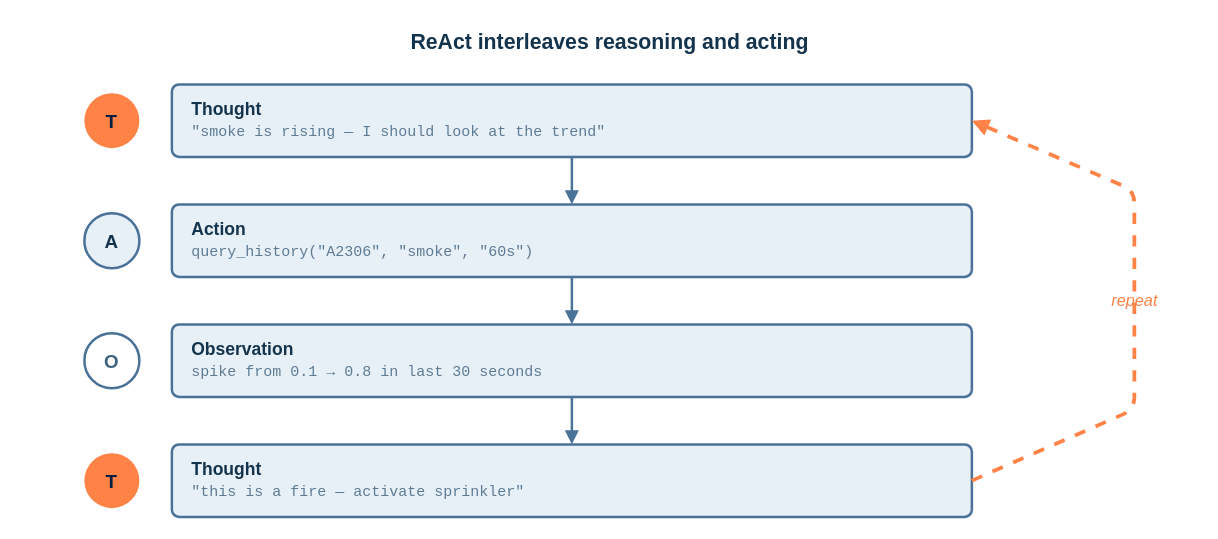
eislab-cps/D7065E keeps this draw.io diagram as course-notes/diagrams/course-notes4-fig04.drawio. Above is the earlier version. Source tidied: cells renumbered, new cells numbered last; positions are measured from the earlier drawing's top-left corner, leaving out a move shared by most shapes. Both pictures are drawn from the tidied source at 125%, with x=0, y=0 at pixel (21, 21).
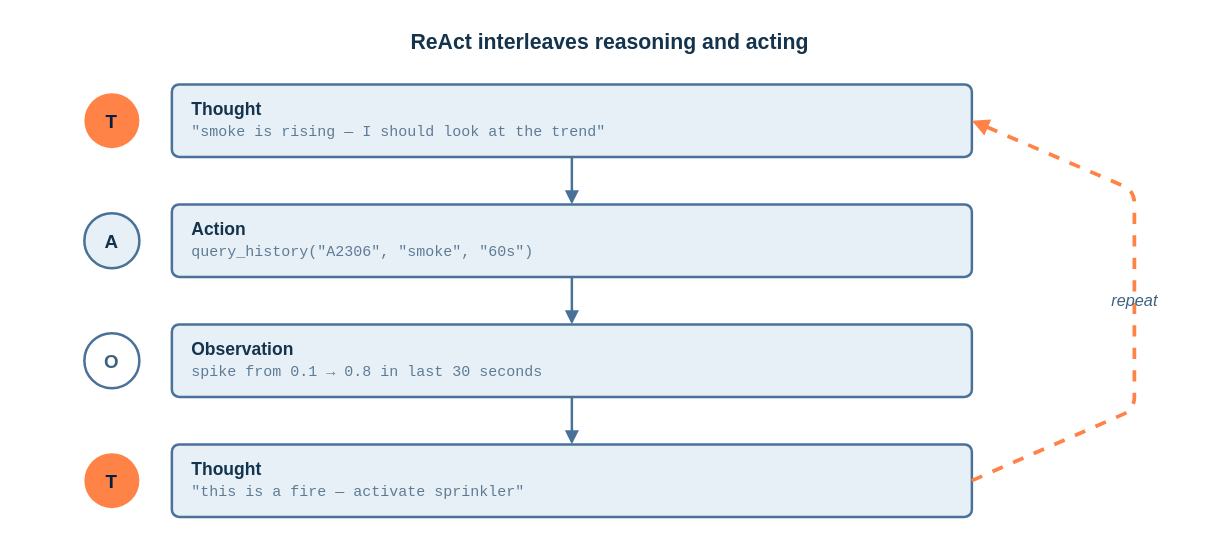
Above is the later version.

Diff of the diagram source:
```diff
@@
 <mxGraphModel background="#FFFFFF">
   <root>
     <mxCell id="0" />
     <mxCell id="1" parent="0" />
     <mxCell id="2" value="ReAct interleaves reasoning and acting" style="text;html=1;align=center;fontColor=#14334D;fontSize=17;fontStyle=1;fontFamily=Helvetica;" parent="1" vertex="1">
       <mxGeometry width="940" height="30" as="geometry" />
     </mxCell>
     <mxCell id="3" value="T" style="ellipse;whiteSpace=wrap;html=1;fillColor=#FF8247;strokeColor=none;fontColor=#032040;fontStyle=1;fontFamily=Helvetica;fontSize=15;" parent="1" vertex="1">
       <mxGeometry x="50" y="57" width="44" height="44" as="geometry" />
     </mxCell>
     <mxCell id="4" value="&lt;b&gt;Thought&lt;/b&gt;&#10;&lt;font color=&quot;#5E7B94&quot; face=&quot;Courier New&quot; style=&quot;font-size:12px&quot;&gt;&quot;smoke is rising — I should look at the trend&quot;&lt;/font&gt;" style="rounded=1;whiteSpace=wrap;html=1;fillColor=#E8F0F7;strokeColor=#4A7298;strokeWidth=2;fontColor=#14334D;fontFamily=Helvetica;arcSize=10;fontSize=14;align=left;spacingLeft=14;" parent="1" vertex="1">
       <mxGeometry x="120" y="50" width="640" height="58" as="geometry" />
     </mxCell>
     <mxCell id="5" value="A" style="ellipse;whiteSpace=wrap;html=1;fillColor=#E8F0F7;strokeColor=#4A7298;strokeWidth=2;fontColor=#14334D;fontStyle=1;fontFamily=Helvetica;fontSize=15;" parent="1" vertex="1">
       <mxGeometry x="50" y="153" width="44" height="44" as="geometry" />
     </mxCell>
     <mxCell id="6" value="&lt;b&gt;Action&lt;/b&gt;&#10;&lt;font color=&quot;#5E7B94&quot; face=&quot;Courier New&quot; style=&quot;font-size:12px&quot;&gt;query_history(&quot;A2306&quot;, &quot;smoke&quot;, &quot;60s&quot;)&lt;/font&gt;" style="rounded=1;whiteSpace=wrap;html=1;fillColor=#E8F0F7;strokeColor=#4A7298;strokeWidth=2;fontColor=#14334D;fontFamily=Helvetica;arcSize=10;fontSize=14;align=left;spacingLeft=14;" parent="1" vertex="1">
       <mxGeometry x="120" y="146" width="640" height="58" as="geometry" />
     </mxCell>
     <mxCell id="7" value="O" style="ellipse;whiteSpace=wrap;html=1;fillColor=none;strokeColor=#4A7298;strokeWidth=2;fontColor=#3D6280;fontStyle=1;fontFamily=Helvetica;fontSize=15;" parent="1" vertex="1">
       <mxGeometry x="50" y="249" width="44" height="44" as="geometry" />
     </mxCell>
     <mxCell id="8" value="&lt;b&gt;Observation&lt;/b&gt;&#10;&lt;font color=&quot;#5E7B94&quot; face=&quot;Courier New&quot; style=&quot;font-size:12px&quot;&gt;spike from 0.1 → 0.8 in last 30 seconds&lt;/font&gt;" style="rounded=1;whiteSpace=wrap;html=1;fillColor=#E8F0F7;strokeColor=#4A7298;strokeWidth=2;fontColor=#14334D;fontFamily=Helvetica;arcSize=10;fontSize=14;align=left;spacingLeft=14;" parent="1" vertex="1">
       <mxGeometry x="120" y="242" width="640" height="58" as="geometry" />
     </mxCell>
     <mxCell id="9" value="T" style="ellipse;whiteSpace=wrap;html=1;fillColor=#FF8247;strokeColor=none;fontColor=#032040;fontStyle=1;fontFamily=Helvetica;fontSize=15;" parent="1" vertex="1">
       <mxGeometry x="50" y="345" width="44" height="44" as="geometry" />
     </mxCell>
     <mxCell id="10" value="&lt;b&gt;Thought&lt;/b&gt;&#10;&lt;font color=&quot;#5E7B94&quot; face=&quot;Courier New&quot; style=&quot;font-size:12px&quot;&gt;&quot;this is a fire — activate sprinkler&quot;&lt;/font&gt;" style="rounded=1;whiteSpace=wrap;html=1;fillColor=#E8F0F7;strokeColor=#4A7298;strokeWidth=2;fontColor=#14334D;fontFamily=Helvetica;arcSize=10;fontSize=14;align=left;spacingLeft=14;" parent="1" vertex="1">
       <mxGeometry x="120" y="338" width="640" height="58" as="geometry" />
     </mxCell>
     <mxCell id="11" style="endArrow=block;html=1;strokeColor=#4A7298;strokeWidth=2;exitX=0.5;exitY=1;entryX=0.5;entryY=0;" parent="1" edge="1" source="4" target="6">
       <mxGeometry relative="1" as="geometry" />
     </mxCell>
     <mxCell id="12" style="endArrow=block;html=1;strokeColor=#4A7298;strokeWidth=2;exitX=0.5;exitY=1;entryX=0.5;entryY=0;" parent="1" edge="1" source="6" target="8">
       <mxGeometry relative="1" as="geometry" />
     </mxCell>
     <mxCell id="13" style="endArrow=block;html=1;strokeColor=#4A7298;strokeWidth=2;exitX=0.5;exitY=1;entryX=0.5;entryY=0;" parent="1" edge="1" source="8" target="10">
       <mxGeometry relative="1" as="geometry" />
     </mxCell>
-    <mxCell id="14" value="repeat" style="endArrow=block;html=1;strokeColor=#FF8247;strokeWidth=3;dashed=1;rounded=1;exitX=1;exitY=0.5;entryX=1;entryY=0.5;fontColor=#FF8247;fontSize=13;fontStyle=2;labelBackgroundColor=none;fontFamily=Helvetica;" parent="1" edge="1" source="10" target="4">
+    <mxCell id="14" value="repeat" style="endArrow=block;html=1;strokeColor=#FF8247;strokeWidth=3;dashed=1;rounded=1;exitX=1;exitY=0.5;entryX=1;entryY=0.5;fontColor=#3D6280;fontSize=13;fontStyle=2;labelBackgroundColor=none;fontFamily=Helvetica;" parent="1" edge="1" source="10" target="4">
       <mxGeometry relative="1" as="geometry">
         <Array as="points">
           <mxPoint x="890" y="310" />
           <mxPoint x="890" y="135" />
         </Array>
       </mxGeometry>
     </mxCell>
   </root>
 </mxGraphModel>
```
